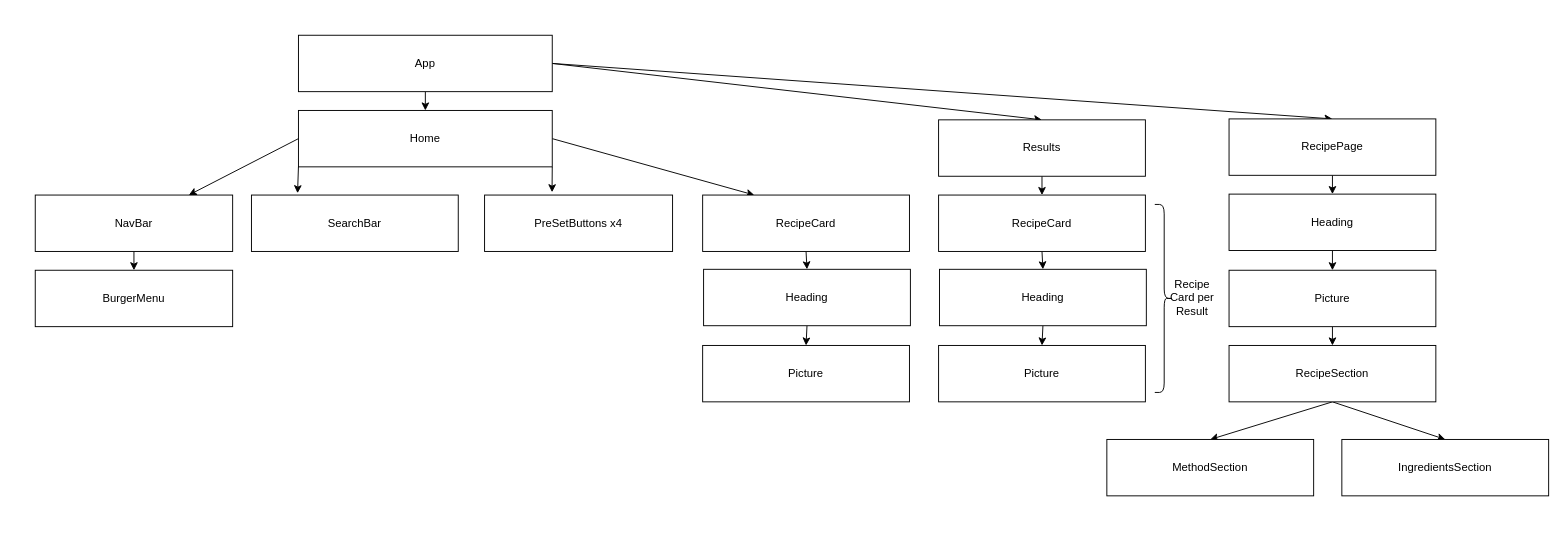
The draw.io diagram ComponentTree.drawio in SchoolOfCode/final-project-repo-cool-as-code, before the edit. Source tidied: cells renumbered, new cells numbered last; positions are measured from the earlier drawing's top-left corner, leaving out a move shared by most shapes. Both pictures are drawn from the tidied source at 94%, with x=0, y=0 at pixel (35, 35).
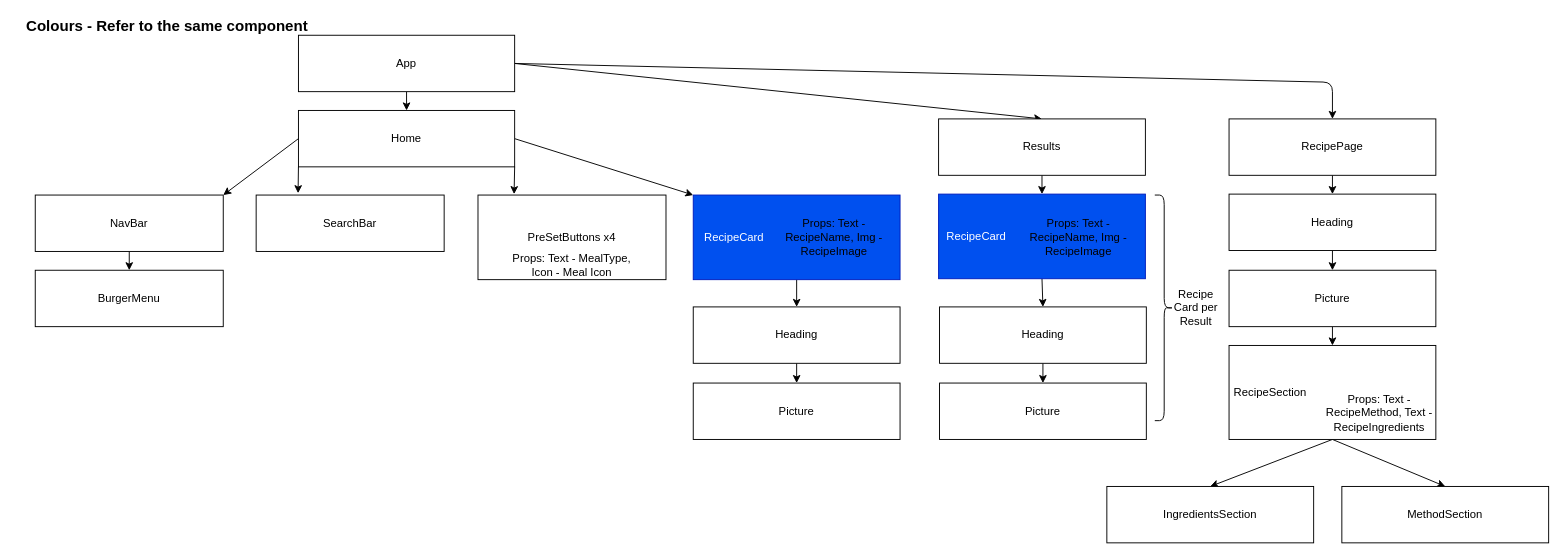
The same diagram, later.

Commit message:
Commit Component Tree props

The change refers to these unchanged cells:
```xml
<mxCell id="31" value="RecipePage" style="rounded=0;whiteSpace=wrap;html=1;" parent="1" vertex="1">
  <mxGeometry x="1270" y="89" width="220" height="60" as="geometry" />
</mxCell>
```

Change to the diagram source:
```diff
@@
     <mxCell id="3" value="NavBar" style="rounded=0;whiteSpace=wrap;html=1;" parent="1" vertex="1">
-      <mxGeometry y="170" width="210" height="60" as="geometry" />
+      <mxGeometry y="170" width="200" height="60" as="geometry" />
     </mxCell>
     <mxCell id="4" value="BurgerMenu" style="rounded=0;whiteSpace=wrap;html=1;" parent="1" vertex="1">
-      <mxGeometry y="250" width="210" height="60" as="geometry" />
+      <mxGeometry y="250" width="200" height="60" as="geometry" />
     </mxCell>
@@
-    <mxCell id="6" style="edgeStyle=none;html=1;exitX=1;exitY=1;exitDx=0;exitDy=0;entryX=0.359;entryY=-0.05;entryDx=0;entryDy=0;entryPerimeter=0;" parent="1" edge="1" source="8" target="10">
+    <mxCell id="6" style="edgeStyle=none;html=1;exitX=1;exitY=1;exitDx=0;exitDy=0;entryX=0.192;entryY=-0.011;entryDx=0;entryDy=0;entryPerimeter=0;" parent="1" edge="1" source="8" target="10">
       <mxGeometry relative="1" as="geometry" />
     </mxCell>
-    <mxCell id="7" style="edgeStyle=none;html=1;exitX=1;exitY=0.5;exitDx=0;exitDy=0;entryX=0.25;entryY=0;entryDx=0;entryDy=0;" parent="1" edge="1" source="8" target="12">
+    <mxCell id="7" style="edgeStyle=none;html=1;exitX=1;exitY=0.5;exitDx=0;exitDy=0;entryX=0;entryY=0;entryDx=0;entryDy=0;" parent="1" edge="1" source="8" target="12">
       <mxGeometry relative="1" as="geometry" />
     </mxCell>
     <mxCell id="8" value="Home" style="rounded=0;whiteSpace=wrap;html=1;" parent="1" vertex="1">
-      <mxGeometry x="280" y="80" width="270" height="60" as="geometry" />
+      <mxGeometry x="280" y="80" width="230" height="60" as="geometry" />
     </mxCell>
     <mxCell id="9" value="SearchBar" style="rounded=0;whiteSpace=wrap;html=1;" parent="1" vertex="1">
-      <mxGeometry x="230" y="170" width="220" height="60" as="geometry" />
+      <mxGeometry x="235" y="170" width="200" height="60" as="geometry" />
     </mxCell>
     <mxCell id="10" value="PreSetButtons x4" style="rounded=0;whiteSpace=wrap;html=1;" parent="1" vertex="1">
-      <mxGeometry x="478" y="170" width="200" height="60" as="geometry" />
+      <mxGeometry x="471" y="170" width="200" height="90" as="geometry" />
     </mxCell>
@@
-    <mxCell id="12" value="RecipeCard" style="rounded=0;whiteSpace=wrap;html=1;" parent="1" vertex="1">
-      <mxGeometry x="710" y="170" width="220" height="60" as="geometry" />
+    <mxCell id="12" value="&amp;nbsp; &amp;nbsp;RecipeCard" style="rounded=0;whiteSpace=wrap;html=1;align=left;fillColor=#0050ef;fontColor=#ffffff;strokeColor=#001DBC;" parent="1" vertex="1">
+      <mxGeometry x="700" y="170" width="220" height="90" as="geometry" />
     </mxCell>
     <mxCell id="13" value="Picture" style="rounded=0;whiteSpace=wrap;html=1;" parent="1" vertex="1">
-      <mxGeometry x="710" y="330" width="220" height="60" as="geometry" />
+      <mxGeometry x="700" y="370" width="220" height="60" as="geometry" />
     </mxCell>
@@
     <mxCell id="15" value="Heading" style="rounded=0;whiteSpace=wrap;html=1;" parent="1" vertex="1">
-      <mxGeometry x="711" y="249" width="220" height="60" as="geometry" />
+      <mxGeometry x="700" y="289" width="220" height="60" as="geometry" />
     </mxCell>
-    <mxCell id="16" style="endArrow=classic;html=1;exitX=0;exitY=0.5;exitDx=0;exitDy=0;" parent="1" edge="1" source="8" target="3">
+    <mxCell id="16" style="endArrow=classic;html=1;exitX=0;exitY=0.5;exitDx=0;exitDy=0;entryX=1;entryY=0;entryDx=0;entryDy=0;" parent="1" edge="1" source="8" target="3">
       <mxGeometry relative="1" as="geometry" />
     </mxCell>
@@
     <mxCell id="19" style="edgeStyle=none;html=1;exitX=1;exitY=0.5;exitDx=0;exitDy=0;entryX=0.5;entryY=0;entryDx=0;entryDy=0;" parent="1" edge="1" source="20" target="31">
-      <mxGeometry relative="1" as="geometry" />
+      <mxGeometry relative="1" as="geometry">
+        <Array as="points">
+          <mxPoint x="1380" y="50" />
+        </Array>
+      </mxGeometry>
     </mxCell>
     <mxCell id="20" value="App" style="rounded=0;whiteSpace=wrap;html=1;" parent="1" vertex="1">
-      <mxGeometry x="280" width="270" height="60" as="geometry" />
+      <mxGeometry x="280" width="230" height="60" as="geometry" />
     </mxCell>
@@
     <mxCell id="22" value="Results" style="rounded=0;whiteSpace=wrap;html=1;" parent="1" vertex="1">
-      <mxGeometry x="961" y="90" width="220" height="60" as="geometry" />
+      <mxGeometry x="961" y="89" width="220" height="60" as="geometry" />
     </mxCell>
@@
-    <mxCell id="24" value="RecipeCard" style="rounded=0;whiteSpace=wrap;html=1;" parent="1" vertex="1">
-      <mxGeometry x="961" y="170" width="220" height="60" as="geometry" />
+    <mxCell id="24" value="&amp;nbsp; RecipeCard" style="rounded=0;whiteSpace=wrap;html=1;align=left;fillColor=#0050ef;fontColor=#ffffff;strokeColor=#001DBC;" parent="1" vertex="1">
+      <mxGeometry x="961" y="169" width="220" height="90" as="geometry" />
     </mxCell>
     <mxCell id="25" value="Picture" style="rounded=0;whiteSpace=wrap;html=1;" parent="1" vertex="1">
-      <mxGeometry x="961" y="330" width="220" height="60" as="geometry" />
+      <mxGeometry x="962" y="370" width="220" height="60" as="geometry" />
     </mxCell>
@@
     <mxCell id="27" value="Heading" style="rounded=0;whiteSpace=wrap;html=1;" parent="1" vertex="1">
-      <mxGeometry x="962" y="249" width="220" height="60" as="geometry" />
+      <mxGeometry x="962" y="289" width="220" height="60" as="geometry" />
     </mxCell>
     <mxCell id="28" style="shape=curlyBracket;whiteSpace=wrap;html=1;rounded=1;flipH=1;" parent="1" vertex="1">
-      <mxGeometry x="1191" y="180" width="20" height="200" as="geometry" />
+      <mxGeometry x="1191" y="170" width="20" height="240" as="geometry" />
     </mxCell>
     <mxCell id="29" value="Recipe Card per Result" style="text;html=1;strokeColor=none;fillColor=none;align=center;verticalAlign=middle;whiteSpace=wrap;rounded=0;" parent="1" vertex="1">
-      <mxGeometry x="1201" y="264" width="60" height="30" as="geometry" />
+      <mxGeometry x="1205" y="275" width="60" height="30" as="geometry" />
     </mxCell>
@@
-    <mxCell id="38" value="RecipeSection" style="rounded=0;whiteSpace=wrap;html=1;" parent="1" vertex="1">
-      <mxGeometry x="1270" y="330" width="220" height="60" as="geometry" />
+    <mxCell id="38" value="&amp;nbsp;RecipeSection" style="rounded=0;whiteSpace=wrap;html=1;align=left;" parent="1" vertex="1">
+      <mxGeometry x="1270" y="330" width="220" height="100" as="geometry" />
     </mxCell>
-    <mxCell id="39" value="MethodSection" style="rounded=0;whiteSpace=wrap;html=1;" parent="1" vertex="1">
-      <mxGeometry x="1140" y="430" width="220" height="60" as="geometry" />
+    <mxCell id="39" value="IngredientsSection" style="rounded=0;whiteSpace=wrap;html=1;" parent="1" vertex="1">
+      <mxGeometry x="1140" y="480" width="220" height="60" as="geometry" />
     </mxCell>
-    <mxCell id="40" value="IngredientsSection" style="rounded=0;whiteSpace=wrap;html=1;" parent="1" vertex="1">
-      <mxGeometry x="1390" y="430" width="220" height="60" as="geometry" />
+    <mxCell id="40" value="MethodSection" style="rounded=0;whiteSpace=wrap;html=1;" parent="1" vertex="1">
+      <mxGeometry x="1390" y="480" width="220" height="60" as="geometry" />
     </mxCell>
+    <mxCell id="41" value="Props: Text - MealType, Icon - Meal Icon" style="text;html=1;strokeColor=none;fillColor=none;align=center;verticalAlign=middle;whiteSpace=wrap;rounded=0;" parent="1" vertex="1">
+      <mxGeometry x="501" y="230" width="140" height="30" as="geometry" />
+    </mxCell>
+    <mxCell id="42" value="Props: Text - RecipeName, Img - RecipeImage" style="text;html=1;strokeColor=none;fillColor=none;align=center;verticalAlign=middle;whiteSpace=wrap;rounded=0;" parent="1" vertex="1">
+      <mxGeometry x="790" y="189.5" width="120" height="50" as="geometry" />
+    </mxCell>
+    <mxCell id="43" value="Props: Text - RecipeMethod, Text - RecipeIngredients" style="text;html=1;strokeColor=none;fillColor=none;align=center;verticalAlign=middle;whiteSpace=wrap;rounded=0;" parent="1" vertex="1">
+      <mxGeometry x="1370" y="377" width="120" height="50" as="geometry" />
+    </mxCell>
+    <mxCell id="44" value="Props: Text - RecipeName, Img - RecipeImage" style="text;html=1;strokeColor=none;fillColor=none;align=center;verticalAlign=middle;whiteSpace=wrap;rounded=0;" parent="1" vertex="1">
+      <mxGeometry x="1050" y="189.5" width="120" height="50" as="geometry" />
+    </mxCell>
+    <mxCell id="45" value="&lt;font style=&quot;font-size: 16px&quot;&gt;&lt;b&gt;Colours - Refer to the same component&lt;/b&gt;&lt;/font&gt;" style="text;html=1;align=center;verticalAlign=middle;strokeColor=none;fillColor=none;" parent="1" vertex="1">
+      <mxGeometry x="-20" y="-20" width="320" height="20" as="geometry" />
+    </mxCell>
```
